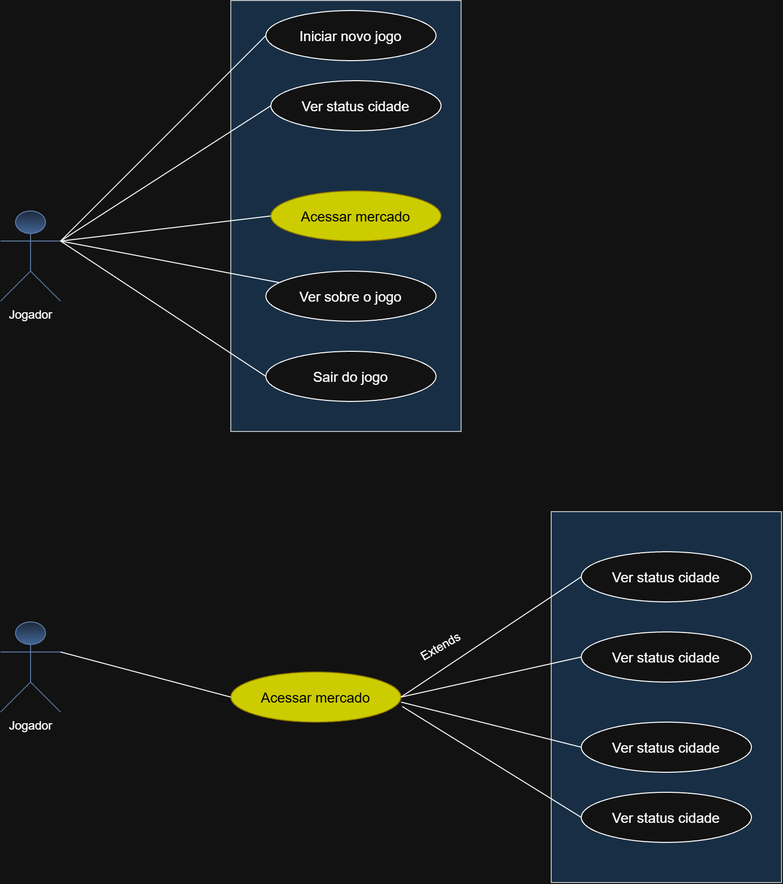
Before: casos-de-uso/Casos de uso.drawio.png, a diagram exported from draw.io (joaovictorVsales/Bolonha-e-Milano-Mons-edition). Source tidied: cells renumbered, new cells last; positions are measured from the earlier drawing's top-left corner, leaving out a move shared by most shapes.
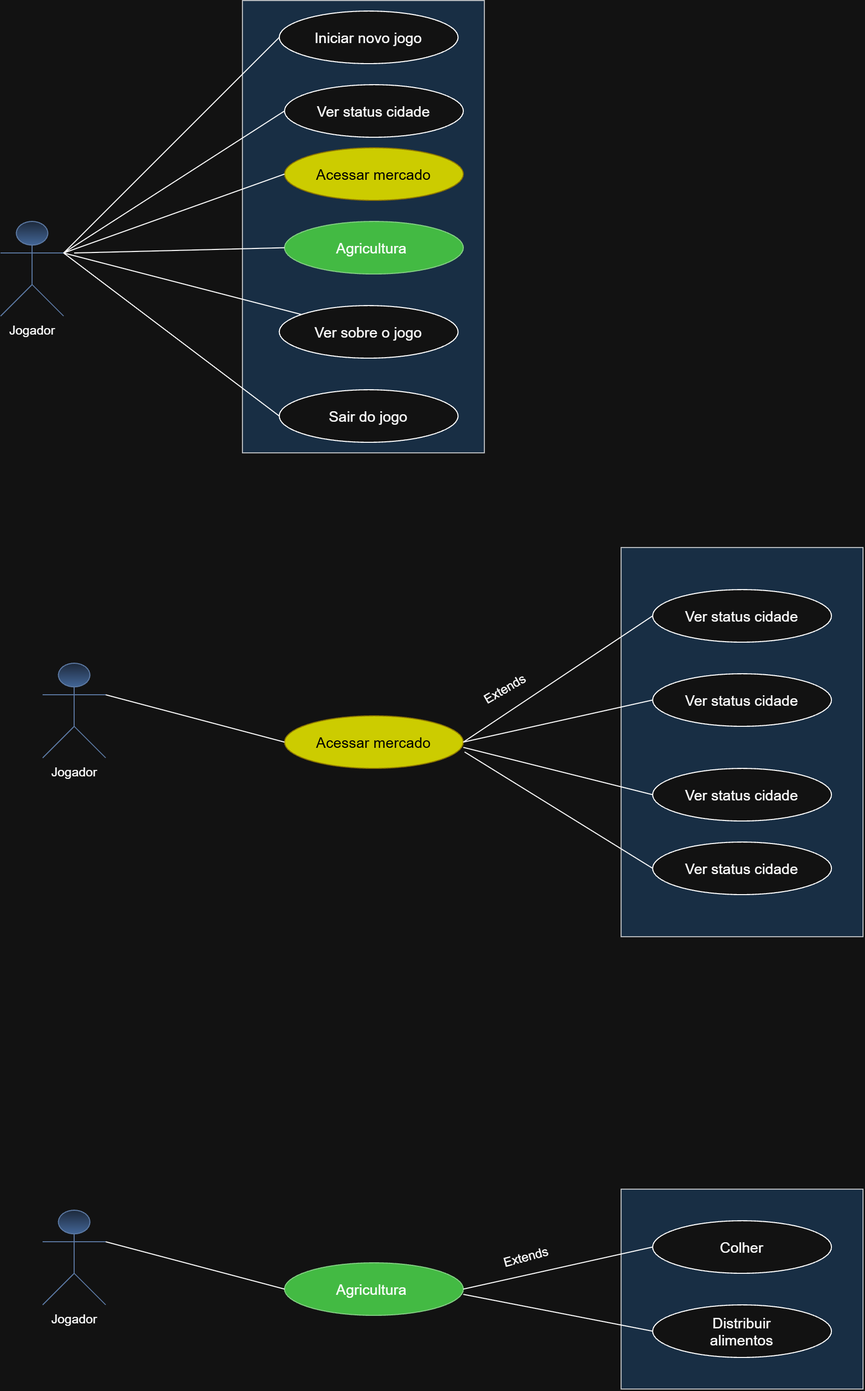
After the commit.

Commit message:
Caso de uso (ETAPA 4)

The edit, as a diff of the source:
```diff
@@ -3,22 +3,22 @@
     <mxCell id="0" />
     <mxCell id="1" parent="0" />
     <mxCell id="2" value="Jogador" style="shape=umlActor;verticalLabelPosition=bottom;verticalAlign=top;html=1;outlineConnect=0;labelPerimeter=1;fillColor=#dae8fc;gradientColor=#7ea6e0;strokeColor=#6c8ebf;" parent="1" vertex="1">
-      <mxGeometry y="210" width="60" height="90" as="geometry" />
+      <mxGeometry x="-40" y="200" width="60" height="90" as="geometry" />
     </mxCell>
     <mxCell id="3" style="rounded=0;whiteSpace=wrap;html=1;fillColor=#cce5ff;strokeColor=#36393d;" parent="1" vertex="1">
-      <mxGeometry x="230" width="230" height="430" as="geometry" />
+      <mxGeometry x="190" y="-10" width="230" height="430" as="geometry" />
     </mxCell>
     <mxCell id="4" value="&lt;font style=&quot;font-size: 14px;&quot;&gt;Iniciar novo jogo&lt;/font&gt;" style="ellipse;whiteSpace=wrap;html=1;shapeInside=1;" parent="1" vertex="1">
-      <mxGeometry x="265" y="10" width="170" height="50" as="geometry" />
+      <mxGeometry x="225" width="170" height="50" as="geometry" />
     </mxCell>
     <mxCell id="5" style="endArrow=none;html=1;rounded=0;defaultLabelBackgroundColor=page;labelPadding=0 4;entryX=0;entryY=0.5;entryDx=0;entryDy=0;exitX=1;exitY=0.3333333333333333;exitDx=0;exitDy=0;exitPerimeter=0;" parent="1" edge="1" source="2" target="4">
       <mxGeometry relative="1" as="geometry" />
     </mxCell>
     <mxCell id="6" value="Ver sobre o jogo" style="ellipse;whiteSpace=wrap;html=1;shapeInside=1;fontSize=14;" parent="1" vertex="1">
-      <mxGeometry x="265" y="270" width="170" height="50" as="geometry" />
+      <mxGeometry x="225" y="280" width="170" height="50" as="geometry" />
     </mxCell>
     <mxCell id="7" value="Sair do jogo" style="ellipse;whiteSpace=wrap;html=1;shapeInside=1;fontSize=14;" parent="1" vertex="1">
-      <mxGeometry x="265" y="350" width="170" height="50" as="geometry" />
+      <mxGeometry x="225" y="360" width="170" height="50" as="geometry" />
     </mxCell>
     <mxCell id="8" style="endArrow=none;html=1;rounded=0;defaultLabelBackgroundColor=page;labelPadding=0 4;exitX=1;exitY=0.3333333333333333;exitDx=0;exitDy=0;exitPerimeter=0;" parent="1" edge="1" source="2" target="6">
       <mxGeometry relative="1" as="geometry" />
@@ -30,13 +30,13 @@
       <mxGeometry relative="1" as="geometry" />
     </mxCell>
     <mxCell id="11" value="&lt;font style=&quot;font-size: 14px;&quot;&gt;Ver status cidade&lt;/font&gt;" style="ellipse;whiteSpace=wrap;html=1;shapeInside=1;" parent="1" vertex="1">
-      <mxGeometry x="270" y="80" width="170" height="50" as="geometry" />
+      <mxGeometry x="230" y="70" width="170" height="50" as="geometry" />
     </mxCell>
     <mxCell id="12" style="endArrow=none;html=1;rounded=0;defaultLabelBackgroundColor=page;labelPadding=0 4;entryX=0;entryY=0.5;entryDx=0;entryDy=0;exitX=1;exitY=0.3333333333333333;exitDx=0;exitDy=0;exitPerimeter=0;" parent="1" edge="1" source="2" target="11">
       <mxGeometry relative="1" as="geometry" />
     </mxCell>
     <mxCell id="13" value="Acessar mercado" style="ellipse;whiteSpace=wrap;html=1;shapeInside=1;fontSize=14;fillColor=light-dark(#E3C800,#CCCC00);strokeColor=#B09500;fontColor=light-dark(#000000,#000000);" parent="1" vertex="1">
-      <mxGeometry x="270" y="190" width="170" height="50" as="geometry" />
+      <mxGeometry x="230" y="130" width="170" height="50" as="geometry" />
     </mxCell>
     <mxCell id="14" style="endArrow=none;html=1;rounded=0;defaultLabelBackgroundColor=page;labelPadding=0 4;entryX=0;entryY=0.5;entryDx=0;entryDy=0;exitX=1;exitY=0.3333333333333333;exitDx=0;exitDy=0;exitPerimeter=0;" parent="1" edge="1" source="2" target="13">
       <mxGeometry relative="1" as="geometry" />
@@ -82,5 +82,42 @@
     <mxCell id="27" value="Extends" style="text;html=1;whiteSpace=wrap;strokeColor=none;fillColor=none;align=center;verticalAlign=middle;rounded=0;rotation=-30;" parent="1" vertex="1">
       <mxGeometry x="410" y="630" width="60" height="30" as="geometry" />
     </mxCell>
+    <mxCell id="28" value="Agricultura&amp;nbsp;" style="ellipse;whiteSpace=wrap;html=1;shapeInside=1;fontSize=14;fillColor=#008a00;fontColor=light-dark(#FFFFFF,#FFFFFF);strokeColor=#005700;" parent="1" vertex="1">
+      <mxGeometry x="230" y="200" width="170" height="50" as="geometry" />
+    </mxCell>
+    <mxCell id="29" style="endArrow=none;html=1;rounded=0;defaultLabelBackgroundColor=page;labelPadding=0 4;entryX=0;entryY=0.5;entryDx=0;entryDy=0;" parent="1" edge="1" target="28">
+      <mxGeometry relative="1" as="geometry">
+        <mxPoint x="30" y="230" as="sourcePoint" />
+      </mxGeometry>
+    </mxCell>
+    <mxCell id="30" style="rounded=0;whiteSpace=wrap;html=1;fillColor=#cce5ff;strokeColor=#36393d;" parent="1" vertex="1">
+      <mxGeometry x="550" y="1120" width="230" height="190" as="geometry" />
+    </mxCell>
+    <mxCell id="31" value="Colher" style="ellipse;whiteSpace=wrap;html=1;shapeInside=1;fontSize=14;" parent="1" vertex="1">
+      <mxGeometry x="580" y="1150" width="170" height="50" as="geometry" />
+    </mxCell>
+    <mxCell id="32" value="Distribuir alimentos" style="ellipse;whiteSpace=wrap;html=1;shapeInside=1;fontSize=14;" parent="1" vertex="1">
+      <mxGeometry x="580" y="1230" width="170" height="50" as="geometry" />
+    </mxCell>
+    <mxCell id="33" value="Jogador" style="shape=umlActor;verticalLabelPosition=bottom;verticalAlign=top;html=1;outlineConnect=0;labelPerimeter=1;fillColor=#dae8fc;gradientColor=#7ea6e0;strokeColor=#6c8ebf;" parent="1" vertex="1">
+      <mxGeometry y="1140" width="60" height="90" as="geometry" />
+    </mxCell>
+    <mxCell id="34" value="Agricultura&amp;nbsp;" style="ellipse;whiteSpace=wrap;html=1;shapeInside=1;fontSize=14;fillColor=#008a00;strokeColor=#005700;fontColor=light-dark(#FFFFFF,#FFFFFF);" parent="1" vertex="1">
+      <mxGeometry x="230" y="1190" width="170" height="50" as="geometry" />
+    </mxCell>
+    <mxCell id="35" style="endArrow=none;html=1;rounded=0;defaultLabelBackgroundColor=page;labelPadding=0 4;exitX=1;exitY=0.3333333333333333;exitDx=0;exitDy=0;exitPerimeter=0;entryX=0;entryY=0.5;entryDx=0;entryDy=0;" parent="1" edge="1" source="33" target="34">
+      <mxGeometry relative="1" as="geometry" />
+    </mxCell>
+    <mxCell id="36" style="endArrow=none;html=1;rounded=0;defaultLabelBackgroundColor=page;labelPadding=0 4;entryX=0;entryY=0.5;entryDx=0;entryDy=0;exitX=1;exitY=0.5;exitDx=0;exitDy=0;" parent="1" edge="1" source="34" target="31">
+      <mxGeometry relative="1" as="geometry" />
+    </mxCell>
+    <mxCell id="37" style="endArrow=none;html=1;rounded=0;defaultLabelBackgroundColor=page;labelPadding=0 4;entryX=0;entryY=0.5;entryDx=0;entryDy=0;" parent="1" edge="1" target="32">
+      <mxGeometry relative="1" as="geometry">
+        <mxPoint x="400" y="1220" as="sourcePoint" />
+      </mxGeometry>
+    </mxCell>
+    <mxCell id="38" value="Extends" style="text;html=1;whiteSpace=wrap;strokeColor=none;fillColor=none;align=center;verticalAlign=middle;rounded=0;rotation=-15;" parent="1" vertex="1">
+      <mxGeometry x="430" y="1170" width="60" height="30" as="geometry" />
+    </mxCell>
   </root>
 </mxGraphModel>
```
